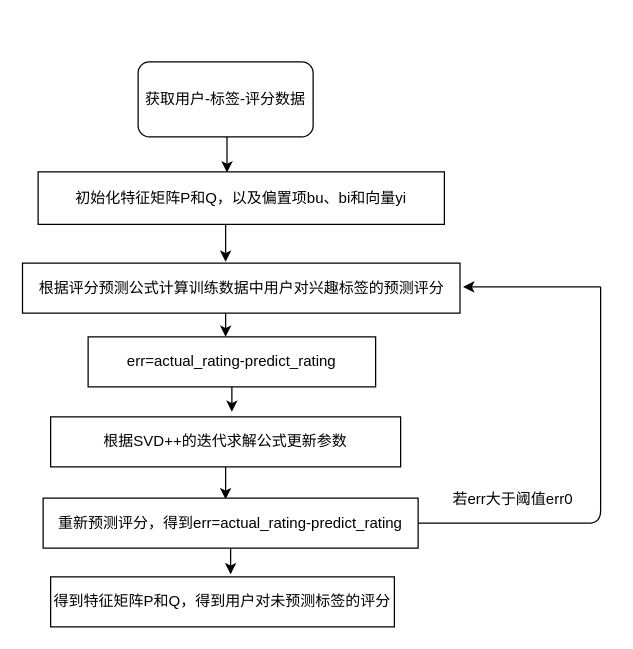
This is Untitled Diagram.drawio from xingxingxu97/-, a draw.io file, before an edit. Source tidied: cells renumbered, new cells numbered last; positions are measured from the earlier drawing's top-left corner, leaving out a move shared by most shapes. Both pictures are drawn from the tidied source at 125%, with x=0, y=0 at pixel (22, 61).
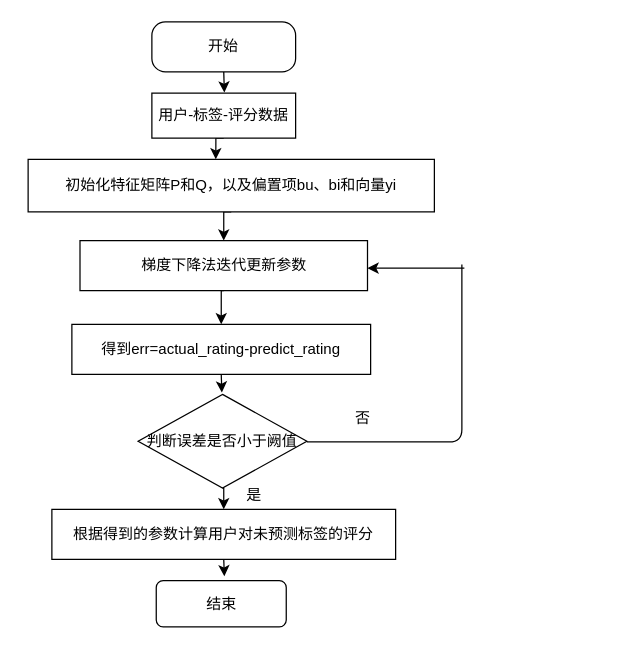
The same page after the edit.

Diff of the diagram source:
```diff
@@
-    <mxCell id="2" style="edgeStyle=orthogonalEdgeStyle;rounded=0;jettySize=auto;html=1;exitX=0.5;exitY=1;exitDx=0;exitDy=0;entryX=0.465;entryY=0.012;entryDx=0;entryDy=0;entryPerimeter=0;" parent="1" edge="1" source="3" target="5">
-      <mxGeometry relative="1" as="geometry" />
-    </mxCell>
+    <mxCell id="18" style="edgeStyle=orthogonalEdgeStyle;rounded=0;jettySize=auto;html=1;exitX=0.5;exitY=1;exitDx=0;exitDy=0;" parent="1" edge="1" source="3">
+      <mxGeometry relative="1" as="geometry">
+        <mxPoint x="161" y="24.5" as="targetPoint" />
+      </mxGeometry>
+    </mxCell>
-    <mxCell id="3" value="获取用户-标签-评分数据" style="rounded=1;whiteSpace=wrap;html=1;" parent="1" vertex="1">
-      <mxGeometry x="92" width="140" height="60" as="geometry" />
+    <mxCell id="3" value="开始" style="rounded=1;whiteSpace=wrap;html=1;arcSize=27;" parent="1" vertex="1">
+      <mxGeometry x="103" y="-32" width="115" height="40" as="geometry" />
     </mxCell>
-    <mxCell id="4" style="edgeStyle=orthogonalEdgeStyle;rounded=0;jettySize=auto;html=1;exitX=0.5;exitY=1;exitDx=0;exitDy=0;" parent="1" edge="1" source="5">
-      <mxGeometry relative="1" as="geometry">
-        <mxPoint x="162" y="160" as="targetPoint" />
-        <Array as="points">
-          <mxPoint x="162" y="130" />
-        </Array>
-      </mxGeometry>
-    </mxCell>
+    <mxCell id="19" style="edgeStyle=orthogonalEdgeStyle;rounded=0;jettySize=auto;html=1;exitX=0.5;exitY=1;exitDx=0;exitDy=0;entryX=0.5;entryY=0;entryDx=0;entryDy=0;" parent="1" edge="1" source="5" target="9">
+      <mxGeometry relative="1" as="geometry" />
+    </mxCell>
     <mxCell id="5" value="初始化特征矩阵P和Q，以及偏置项bu、bi和向量yi" style="rounded=0;whiteSpace=wrap;html=1;" parent="1" vertex="1">
-      <mxGeometry x="12" y="88" width="325" height="42" as="geometry" />
+      <mxGeometry x="4" y="78" width="325" height="42" as="geometry" />
     </mxCell>
-    <mxCell id="6" style="edgeStyle=orthogonalEdgeStyle;rounded=0;orthogonalLoop=1;jettySize=auto;html=1;" parent="1" edge="1">
-      <mxGeometry relative="1" as="geometry">
-        <mxPoint x="162" y="201" as="sourcePoint" />
-        <mxPoint x="162" y="220" as="targetPoint" />
-        <Array as="points">
-          <mxPoint x="162" y="210" />
-          <mxPoint x="162" y="210" />
-        </Array>
-      </mxGeometry>
-    </mxCell>
-    <mxCell id="7" value="根据评分预测公式计算训练数据中用户对兴趣标签的预测评分" style="rounded=0;whiteSpace=wrap;html=1;" parent="1" vertex="1">
-      <mxGeometry x="-0.5" y="161" width="350" height="40" as="geometry" />
-    </mxCell>
-    <mxCell id="8" style="edgeStyle=orthogonalEdgeStyle;rounded=0;jettySize=auto;html=1;" parent="1" edge="1" source="9">
-      <mxGeometry relative="1" as="geometry">
-        <mxPoint x="167" y="280" as="targetPoint" />
-      </mxGeometry>
-    </mxCell>
+    <mxCell id="20" style="edgeStyle=orthogonalEdgeStyle;rounded=0;jettySize=auto;html=1;exitX=0.5;exitY=1;exitDx=0;exitDy=0;entryX=0.5;entryY=0;entryDx=0;entryDy=0;" parent="1" edge="1" source="9" target="13">
+      <mxGeometry relative="1" as="geometry" />
+    </mxCell>
-    <mxCell id="9" value="err=actual_rating-predict_rating" style="rounded=0;whiteSpace=wrap;html=1;" parent="1" vertex="1">
-      <mxGeometry x="52" y="220" width="230" height="40" as="geometry" />
+    <mxCell id="9" value="梯度下降法迭代更新参数" style="rounded=0;whiteSpace=wrap;html=1;" parent="1" vertex="1">
+      <mxGeometry x="45.5" y="143" width="230" height="40" as="geometry" />
     </mxCell>
-    <mxCell id="10" style="edgeStyle=orthogonalEdgeStyle;rounded=0;jettySize=auto;html=1;" parent="1" edge="1" source="11">
-      <mxGeometry relative="1" as="geometry">
-        <mxPoint x="162" y="350" as="targetPoint" />
-      </mxGeometry>
-    </mxCell>
-    <mxCell id="11" value="根据SVD++的迭代求解公式更新参数" style="rounded=0;whiteSpace=wrap;html=1;" parent="1" vertex="1">
-      <mxGeometry x="22" y="284" width="280" height="40" as="geometry" />
-    </mxCell>
-    <mxCell id="12" style="edgeStyle=orthogonalEdgeStyle;rounded=0;jettySize=auto;html=1;" parent="1" edge="1" source="13">
-      <mxGeometry relative="1" as="geometry">
-        <mxPoint x="166" y="410" as="targetPoint" />
-      </mxGeometry>
-    </mxCell>
+    <mxCell id="21" style="edgeStyle=orthogonalEdgeStyle;rounded=0;jettySize=auto;html=1;exitX=0.5;exitY=1;exitDx=0;exitDy=0;" parent="1" edge="1" source="13">
+      <mxGeometry relative="1" as="geometry">
+        <mxPoint x="159" y="264.5" as="targetPoint" />
+      </mxGeometry>
+    </mxCell>
-    <mxCell id="13" value="重新预测评分，得到err=actual_rating-predict_rating" style="rounded=0;whiteSpace=wrap;html=1;" parent="1" vertex="1">
-      <mxGeometry x="16" y="349" width="300" height="40" as="geometry" />
+    <mxCell id="13" value="得到err=actual_rating-predict_rating" style="rounded=0;whiteSpace=wrap;html=1;" parent="1" vertex="1">
+      <mxGeometry x="39" y="210" width="239" height="40" as="geometry" />
     </mxCell>
     <mxCell id="14" style="endArrow=classic;html=1;" parent="1" edge="1">
       <mxGeometry relative="1" as="geometry">
-        <mxPoint x="462" y="180" as="sourcePoint" />
-        <mxPoint x="352" y="180" as="targetPoint" />
+        <mxPoint x="353" y="165" as="sourcePoint" />
+        <mxPoint x="275.5" y="165" as="targetPoint" />
       </mxGeometry>
     </mxCell>
-    <mxCell id="15" style="endArrow=none;html=1;exitX=1;exitY=0.5;exitDx=0;exitDy=0;" parent="1" edge="1" source="13">
+    <mxCell id="15" style="endArrow=none;html=1;" parent="1" edge="1">
       <mxGeometry relative="1" as="geometry">
-        <mxPoint x="462" y="180" as="targetPoint" />
+        <mxPoint x="227" y="304" as="sourcePoint" />
+        <mxPoint x="351" y="162" as="targetPoint" />
         <Array as="points">
-          <mxPoint x="462" y="369" />
+          <mxPoint x="351" y="304" />
+          <mxPoint x="351" y="221" />
         </Array>
       </mxGeometry>
     </mxCell>
-    <mxCell id="16" value="若err大于阈值err0" style="text;html=1;strokeColor=none;fillColor=none;align=center;verticalAlign=middle;whiteSpace=wrap;rounded=0;" parent="1" vertex="1">
-      <mxGeometry x="331" y="331" width="122" height="38" as="geometry" />
+    <mxCell id="16" value="否" style="text;html=1;strokeColor=none;fillColor=none;align=center;verticalAlign=middle;whiteSpace=wrap;rounded=0;" parent="1" vertex="1">
+      <mxGeometry x="210.5" y="266" width="122" height="38" as="geometry" />
     </mxCell>
+    <mxCell id="22" style="edgeStyle=orthogonalEdgeStyle;rounded=0;jettySize=auto;html=1;exitX=0.5;exitY=1;exitDx=0;exitDy=0;" parent="1" edge="1" source="17">
+      <mxGeometry relative="1" as="geometry">
+        <mxPoint x="161" y="411.5" as="targetPoint" />
+      </mxGeometry>
+    </mxCell>
-    <mxCell id="17" value="得到特征矩阵P和Q，得到用户对未预测标签的评分" style="rounded=0;whiteSpace=wrap;html=1;" parent="1" vertex="1">
-      <mxGeometry x="22" y="412" width="275" height="40" as="geometry" />
+    <mxCell id="17" value="根据得到的参数计算用户对未预测标签的评分" style="rounded=0;whiteSpace=wrap;html=1;" parent="1" vertex="1">
+      <mxGeometry x="23" y="358" width="275" height="40" as="geometry" />
     </mxCell>
+    <mxCell id="23" style="edgeStyle=orthogonalEdgeStyle;rounded=0;jettySize=auto;html=1;exitX=0.5;exitY=1;exitDx=0;exitDy=0;entryX=0.462;entryY=0;entryDx=0;entryDy=0;entryPerimeter=0;" parent="1" edge="1" source="24" target="5">
+      <mxGeometry relative="1" as="geometry" />
+    </mxCell>
+    <mxCell id="24" value="&lt;span&gt;用户-标签-评分数据&lt;/span&gt;" style="rounded=0;whiteSpace=wrap;html=1;" parent="1" vertex="1">
+      <mxGeometry x="103" y="25" width="115" height="36" as="geometry" />
+    </mxCell>
+    <mxCell id="25" value="结束" style="rounded=1;whiteSpace=wrap;html=1;" parent="1" vertex="1">
+      <mxGeometry x="106.5" y="415" width="104" height="37" as="geometry" />
+    </mxCell>
+    <mxCell id="26" style="edgeStyle=orthogonalEdgeStyle;rounded=0;jettySize=auto;html=1;exitX=0.5;exitY=1;exitDx=0;exitDy=0;entryX=0.5;entryY=0;entryDx=0;entryDy=0;" parent="1" edge="1" source="27" target="17">
+      <mxGeometry relative="1" as="geometry" />
+    </mxCell>
+    <mxCell id="27" value="判断误差是否小于阙值" style="rhombus;whiteSpace=wrap;html=1;" parent="1" vertex="1">
+      <mxGeometry x="92" y="266" width="135" height="75" as="geometry" />
+    </mxCell>
+    <mxCell id="28" value="是" style="text;html=1;strokeColor=none;fillColor=none;align=center;verticalAlign=middle;whiteSpace=wrap;rounded=0;" parent="1" vertex="1">
+      <mxGeometry x="124" y="328" width="122" height="38" as="geometry" />
+    </mxCell>
```
